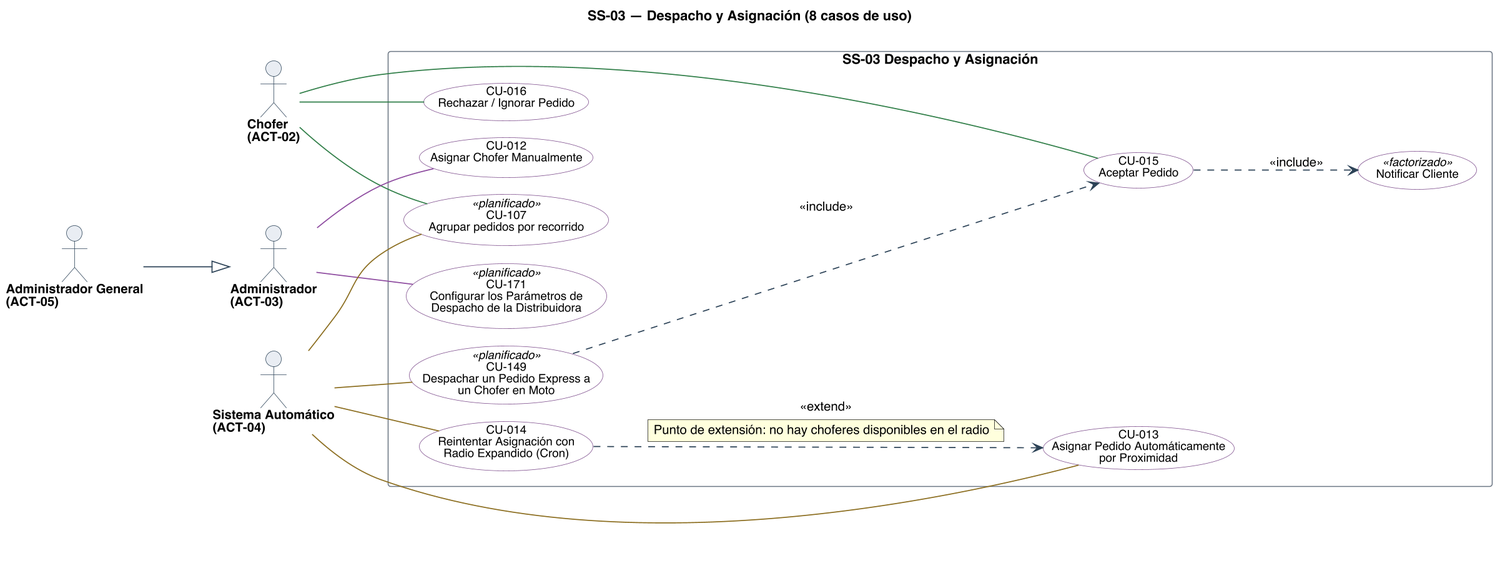
The PlantUML diagram diagramas/uml/CU_SS-03_Despacho-Y-Asignacion.png in Nahuelito-Dev/splg-docs, before a commit.
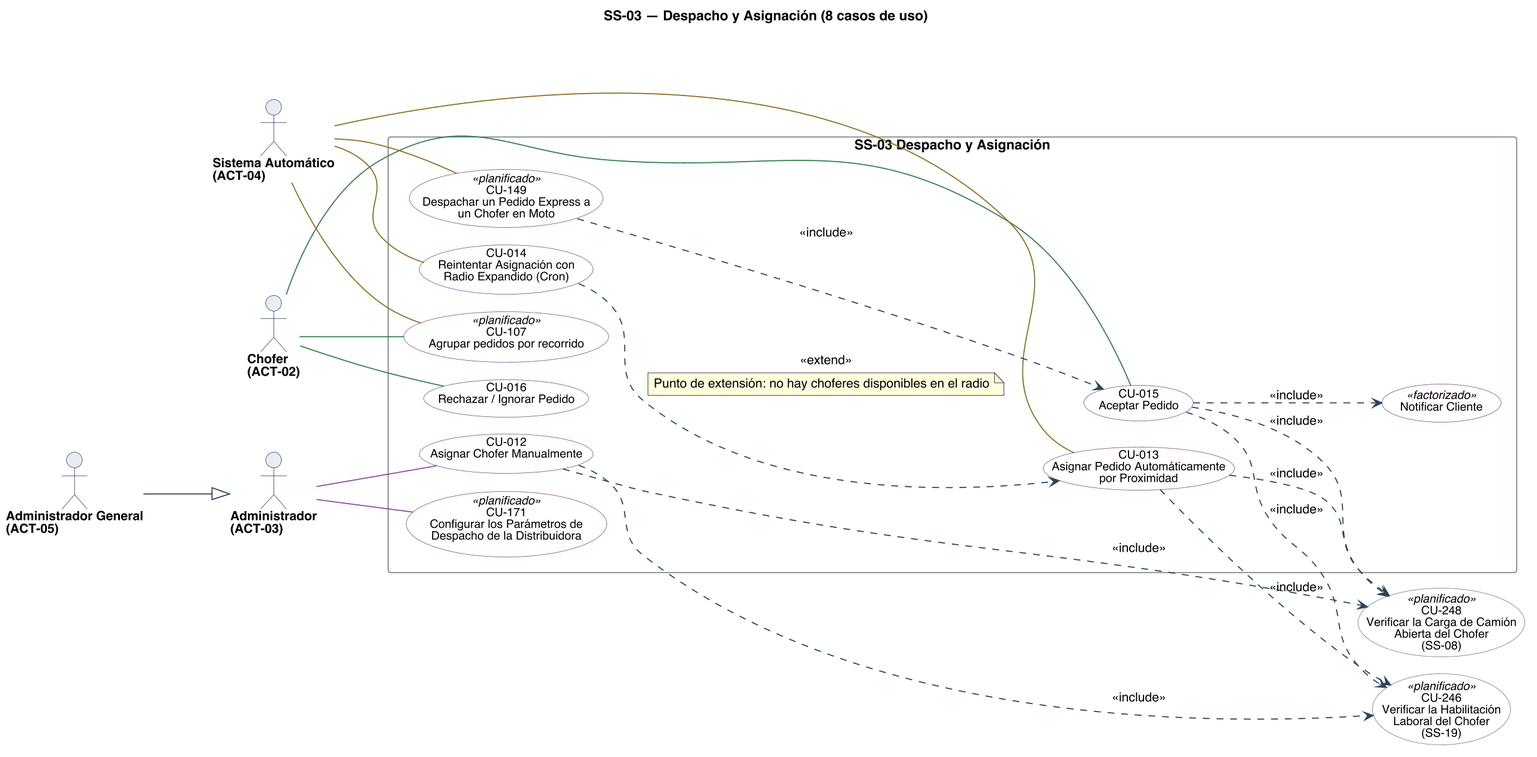
The same diagram one commit later.

Change to the diagram source:
```diff
@@ -51,6 +51,9 @@
   usecase "Notificar Cliente" as F_AVISO <<factorizado>> #back:FFFFFF;line:7B4B8A
 }
 
+usecase "CU-246\nVerificar la Habilitación\nLaboral del Chofer\n(SS-19)" as U246 <<planificado>> #back:FFFFFF;line:6B7683
+usecase "CU-248\nVerificar la Carga de Camión\nAbierta del Chofer\n(SS-08)" as U248 <<planificado>> #back:FFFFFF;line:6B7683
+
 A02 -[#2E7D46]- U015
 A02 -[#2E7D46]- U016
 A02 -[#2E7D46]- U107
@@ -64,6 +67,12 @@
 
 U149 ..> U015 : <<include>>
 U015 ..> F_AVISO : <<include>>
+U012 ..> U246 : <<include>>
+U013 ..> U246 : <<include>>
+U015 ..> U246 : <<include>>
+U012 ..> U248 : <<include>>
+U013 ..> U248 : <<include>>
+U015 ..> U248 : <<include>>
 
 U014 ..> U013 : <<extend>>
 note on link
```
